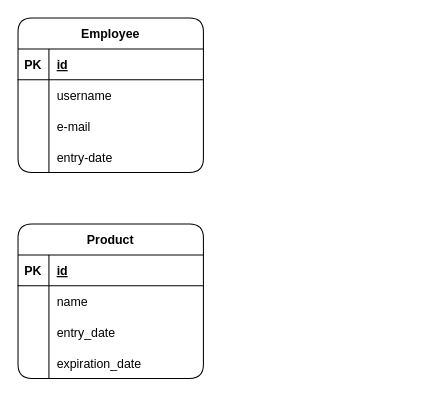
Earlier version of the draw.io diagram MER.drawio (EZanelaA/PAME22.2-Entrega5). Source tidied: cells renumbered, new cells numbered last; positions are measured from the earlier drawing's top-left corner, leaving out a move shared by most shapes. Both pictures are drawn from the tidied source at 103%, with x=0, y=0 at pixel (18, 18).
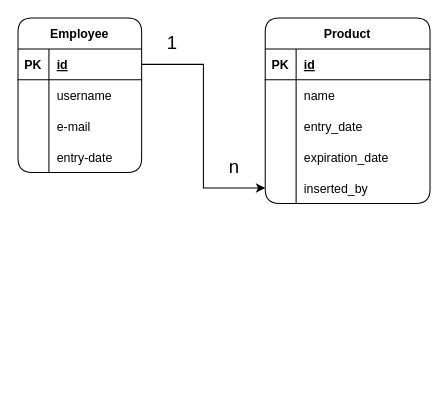
After the change.

The edit, as a diff of the source:
```diff
@@
     <mxCell id="2" value="Employee" style="shape=table;startSize=30;childLayout=tableLayout;rowLines=0;fontStyle=1;align=center;perimeterSpacing=0;strokeWidth=1;rounded=1;swimlaneFillColor=default;fillStyle=auto;" parent="1" vertex="1">
-      <mxGeometry width="180" height="150" as="geometry" />
+      <mxGeometry width="120" height="150" as="geometry" />
     </mxCell>
     <mxCell id="3" style="shape=tableRow;horizontal=0;startSize=0;swimlaneHead=0;swimlaneBody=0;fillColor=none;points=[[0,0.5],[1,0.5]];portConstraint=eastwest;top=0;left=0;right=0;bottom=1;" parent="2" vertex="1">
-      <mxGeometry y="30" width="180" height="30" as="geometry" />
+      <mxGeometry y="30" width="120" height="30" as="geometry" />
     </mxCell>
@@
     <mxCell id="5" value="id" style="shape=partialRectangle;fillColor=none;top=0;left=0;bottom=0;right=0;align=left;spacingLeft=6;fontStyle=5;overflow=hidden;" parent="3" vertex="1">
-      <mxGeometry x="30" width="150" height="30" as="geometry" />
+      <mxGeometry x="30" width="90" height="30" as="geometry" />
     </mxCell>
     <mxCell id="6" style="shape=tableRow;horizontal=0;startSize=0;swimlaneHead=0;swimlaneBody=0;fillColor=none;top=0;left=0;right=0;bottom=0;" parent="2" vertex="1">
-      <mxGeometry y="60" width="180" height="30" as="geometry" />
+      <mxGeometry y="60" width="120" height="30" as="geometry" />
     </mxCell>
@@
     <mxCell id="8" value="username" style="shape=partialRectangle;fillColor=none;top=0;left=0;bottom=0;right=0;align=left;spacingLeft=6;overflow=hidden;" parent="6" vertex="1">
-      <mxGeometry x="30" width="150" height="30" as="geometry" />
+      <mxGeometry x="30" width="90" height="30" as="geometry" />
     </mxCell>
     <mxCell id="9" style="shape=tableRow;horizontal=0;startSize=0;swimlaneHead=0;swimlaneBody=0;fillColor=none;top=0;left=0;right=0;bottom=0;" parent="2" vertex="1">
-      <mxGeometry y="90" width="180" height="30" as="geometry" />
+      <mxGeometry y="90" width="120" height="30" as="geometry" />
     </mxCell>
@@
     <mxCell id="11" value="e-mail" style="shape=partialRectangle;fillColor=none;top=0;left=0;bottom=0;right=0;align=left;spacingLeft=6;overflow=hidden;" parent="9" vertex="1">
-      <mxGeometry x="30" width="150" height="30" as="geometry" />
+      <mxGeometry x="30" width="90" height="30" as="geometry" />
     </mxCell>
     <mxCell id="12" style="shape=tableRow;horizontal=0;startSize=0;swimlaneHead=0;swimlaneBody=0;fillColor=none;top=0;left=0;right=0;bottom=0;" parent="2" vertex="1">
-      <mxGeometry y="120" width="180" height="30" as="geometry" />
+      <mxGeometry y="120" width="120" height="30" as="geometry" />
     </mxCell>
@@
     <mxCell id="14" value="entry-date" style="shape=partialRectangle;fillColor=none;top=0;left=0;bottom=0;right=0;align=left;spacingLeft=6;overflow=hidden;" parent="12" vertex="1">
-      <mxGeometry x="30" width="150" height="30" as="geometry" />
+      <mxGeometry x="30" width="90" height="30" as="geometry" />
     </mxCell>
     <mxCell id="15" value="Product" style="shape=table;startSize=30;childLayout=tableLayout;rowLines=0;fontStyle=1;align=center;rounded=1;shadow=0;gradientColor=none;swimlaneFillColor=default;" parent="1" vertex="1">
-      <mxGeometry y="200" width="180" height="150" as="geometry" />
+      <mxGeometry x="240" width="160" height="180" as="geometry" />
     </mxCell>
     <mxCell id="16" style="shape=tableRow;horizontal=0;startSize=0;swimlaneHead=0;swimlaneBody=0;fillColor=none;top=0;left=0;right=0;bottom=1;" parent="15" vertex="1">
-      <mxGeometry y="30" width="180" height="30" as="geometry" />
+      <mxGeometry y="30" width="160" height="30" as="geometry" />
     </mxCell>
@@
     <mxCell id="18" value="id" style="shape=partialRectangle;fillColor=none;top=0;left=0;bottom=0;right=0;align=left;spacingLeft=6;fontStyle=5;overflow=hidden;" parent="16" vertex="1">
-      <mxGeometry x="30" width="150" height="30" as="geometry" />
+      <mxGeometry x="30" width="130" height="30" as="geometry" />
     </mxCell>
     <mxCell id="19" style="shape=tableRow;horizontal=0;startSize=0;swimlaneHead=0;swimlaneBody=0;fillColor=none;top=0;left=0;right=0;bottom=0;" parent="15" vertex="1">
-      <mxGeometry y="60" width="180" height="30" as="geometry" />
+      <mxGeometry y="60" width="160" height="30" as="geometry" />
     </mxCell>
@@
     <mxCell id="21" value="name" style="shape=partialRectangle;fillColor=none;top=0;left=0;bottom=0;right=0;align=left;spacingLeft=6;overflow=hidden;" parent="19" vertex="1">
-      <mxGeometry x="30" width="150" height="30" as="geometry" />
+      <mxGeometry x="30" width="130" height="30" as="geometry" />
     </mxCell>
     <mxCell id="22" style="shape=tableRow;horizontal=0;startSize=0;swimlaneHead=0;swimlaneBody=0;fillColor=none;top=0;left=0;right=0;bottom=0;" parent="15" vertex="1">
-      <mxGeometry y="90" width="180" height="30" as="geometry" />
+      <mxGeometry y="90" width="160" height="30" as="geometry" />
     </mxCell>
@@
     <mxCell id="24" value="entry_date" style="shape=partialRectangle;fillColor=none;top=0;left=0;bottom=0;right=0;align=left;spacingLeft=6;overflow=hidden;" parent="22" vertex="1">
-      <mxGeometry x="30" width="150" height="30" as="geometry" />
+      <mxGeometry x="30" width="130" height="30" as="geometry" />
     </mxCell>
     <mxCell id="25" style="shape=tableRow;horizontal=0;startSize=0;swimlaneHead=0;swimlaneBody=0;fillColor=none;top=0;left=0;right=0;bottom=0;" parent="15" vertex="1">
-      <mxGeometry y="120" width="180" height="30" as="geometry" />
+      <mxGeometry y="120" width="160" height="30" as="geometry" />
     </mxCell>
@@
     <mxCell id="27" value="expiration_date" style="shape=partialRectangle;fillColor=none;top=0;left=0;bottom=0;right=0;align=left;spacingLeft=6;overflow=hidden;" parent="25" vertex="1">
-      <mxGeometry x="30" width="150" height="30" as="geometry" />
+      <mxGeometry x="30" width="130" height="30" as="geometry" />
     </mxCell>
+    <mxCell id="28" style="shape=tableRow;horizontal=0;startSize=0;swimlaneHead=0;swimlaneBody=0;fillColor=none;points=[[0,0.5],[1,0.5]];portConstraint=eastwest;top=0;left=0;right=0;bottom=0;" parent="15" vertex="1">
+      <mxGeometry y="150" width="160" height="30" as="geometry" />
+    </mxCell>
+    <mxCell id="29" style="shape=partialRectangle;fillColor=none;top=0;left=0;bottom=0;right=0;overflow=hidden;" parent="28" vertex="1">
+      <mxGeometry width="30" height="30" as="geometry" />
+    </mxCell>
+    <mxCell id="30" value="inserted_by" style="shape=partialRectangle;fillColor=none;top=0;left=0;bottom=0;right=0;align=left;spacingLeft=6;overflow=hidden;" parent="28" vertex="1">
+      <mxGeometry x="30" width="130" height="30" as="geometry" />
+    </mxCell>
+    <mxCell id="31" style="edgeStyle=orthogonalEdgeStyle;rounded=0;jettySize=auto;html=1;exitX=1;exitY=0.5;exitDx=0;exitDy=0;entryX=0;entryY=0.5;entryDx=0;entryDy=0;" parent="1" edge="1" source="3" target="28">
+      <mxGeometry relative="1" as="geometry" />
+    </mxCell>
+    <mxCell id="32" value="1" style="text;html=1;strokeColor=none;fillColor=none;align=center;verticalAlign=middle;whiteSpace=wrap;rounded=0;fontSize=18;" parent="1" vertex="1">
+      <mxGeometry x="120" y="10" width="60" height="30" as="geometry" />
+    </mxCell>
+    <mxCell id="33" value="n" style="text;html=1;strokeColor=none;fillColor=none;align=center;verticalAlign=middle;whiteSpace=wrap;rounded=0;fontSize=18;" parent="1" vertex="1">
+      <mxGeometry x="180" y="130" width="60" height="30" as="geometry" />
+    </mxCell>
```
